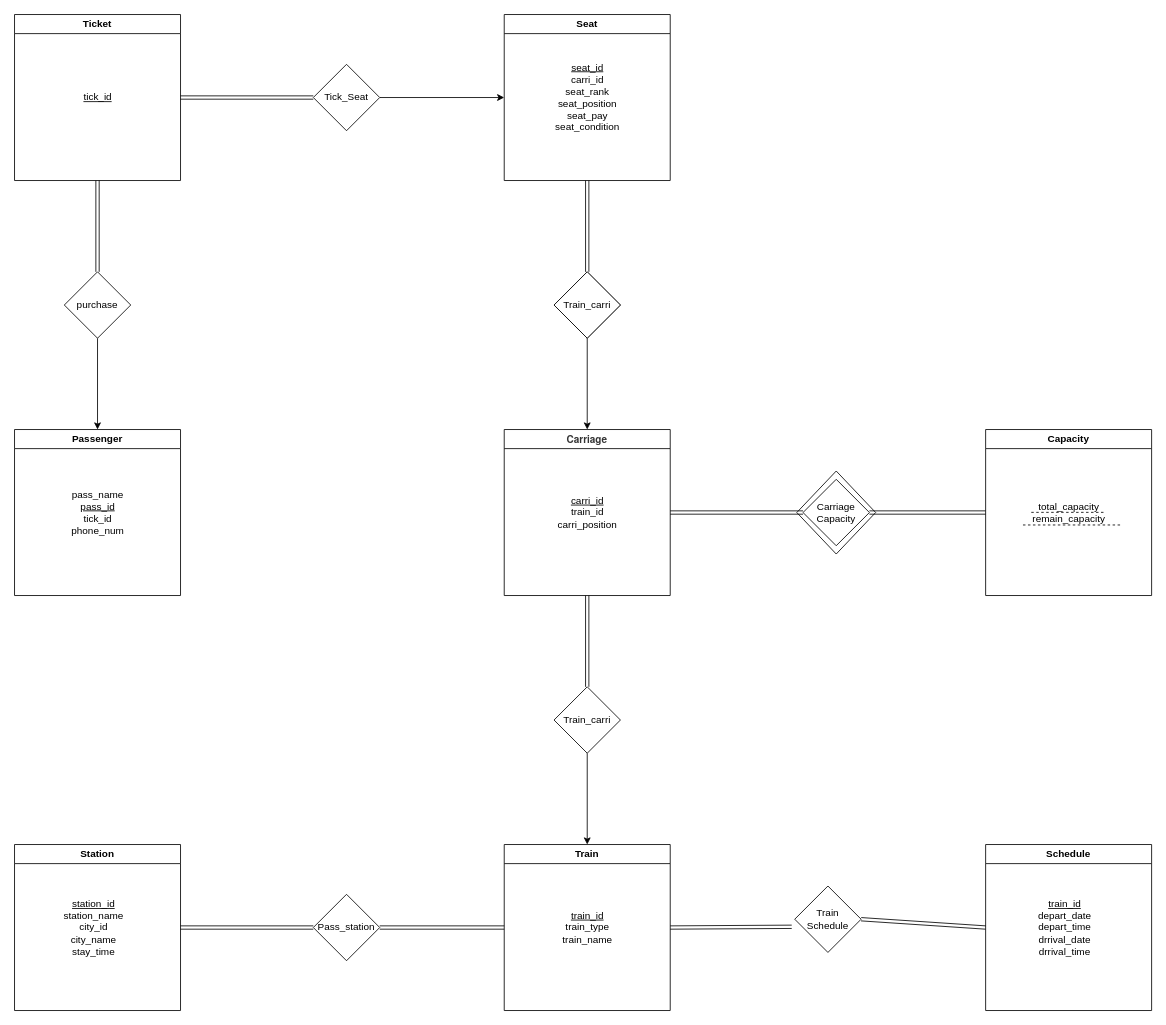
Before: Discuss_240410.drawio in RimLutienpeist/Draw_io_Repo, a draw.io diagram. Source tidied: cells renumbered, new cells numbered last; positions are measured from the earlier drawing's top-left corner, leaving out a move shared by most shapes. Both pictures are drawn from the tidied source at 83%, with x=0, y=0 at pixel (14, 14).
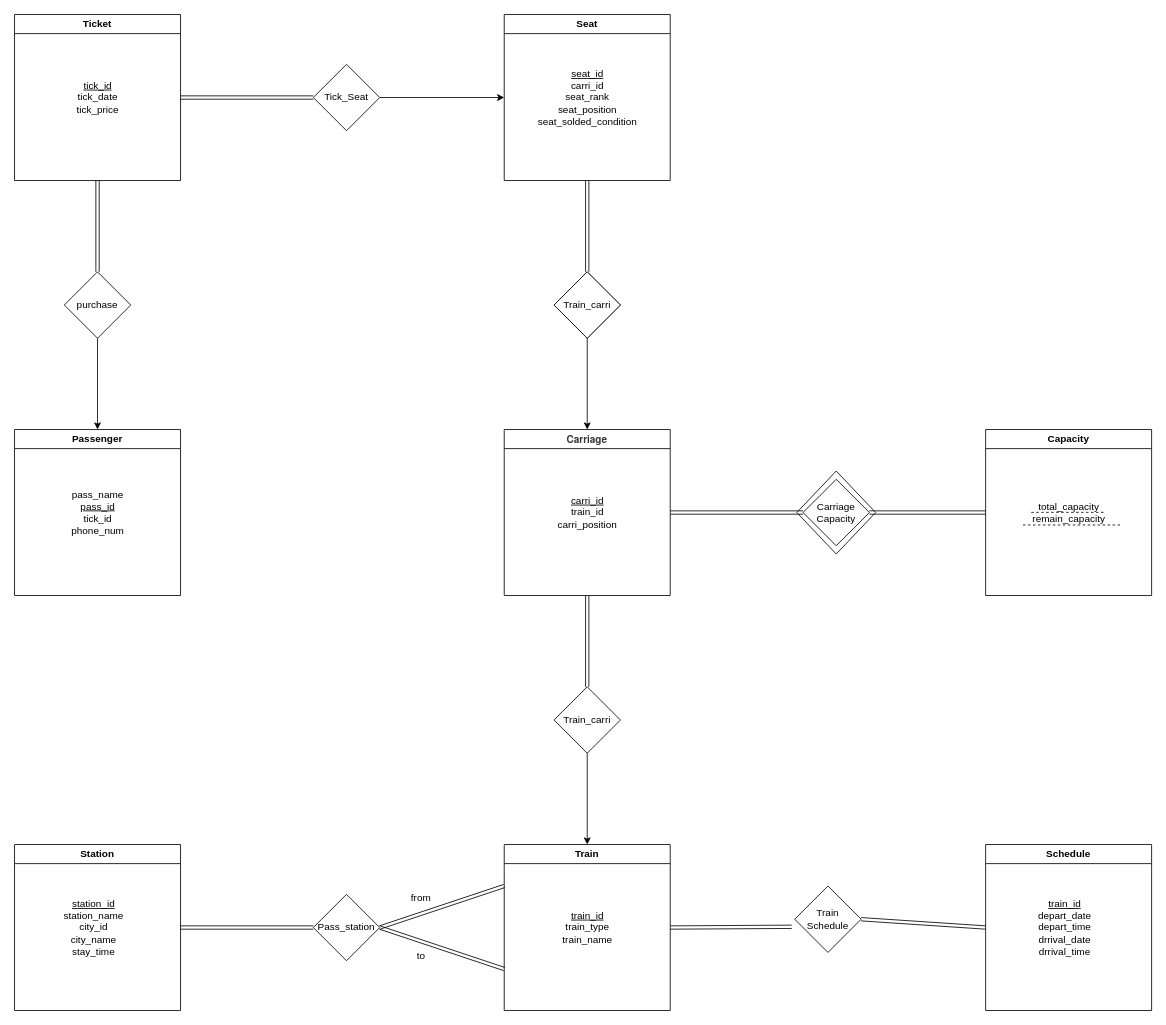
The same page after the edit.

The change refers to these unchanged cells:
```xml
<mxCell id="8" value="Ticket" style="swimlane;whiteSpace=wrap;html=1;startSize=23;" parent="1" vertex="1">
  <mxGeometry width="200" height="200" as="geometry" />
</mxCell>
<mxCell id="10" value="Seat" style="swimlane;whiteSpace=wrap;html=1;startSize=23;" parent="1" vertex="1">
  <mxGeometry x="590" width="200" height="200" as="geometry" />
</mxCell>
<mxCell id="12" value="Train" style="swimlane;whiteSpace=wrap;html=1;startSize=23;" parent="1" vertex="1">
  <mxGeometry x="590" y="1000" width="200" height="200" as="geometry" />
</mxCell>
<mxCell id="37" value="Pass_station" style="rhombus;whiteSpace=wrap;html=1;" parent="1" vertex="1">
  <mxGeometry x="360" y="1060" width="80" height="80" as="geometry" />
</mxCell>
```

Diff of the diagram source:
```diff
@@
-    <mxCell id="9" value="&lt;div&gt;&lt;u&gt;tick_id&lt;/u&gt;&lt;br&gt;&lt;/div&gt;" style="text;html=1;align=center;verticalAlign=middle;strokeColor=none;fillColor=none;" parent="8" vertex="1">
-      <mxGeometry x="70" y="85" width="60" height="30" as="geometry" />
+    <mxCell id="9" value="&lt;div&gt;&lt;u&gt;tick_id&lt;br&gt;&lt;/u&gt;tick_date&lt;br&gt;tick_price&lt;/div&gt;" style="text;html=1;align=center;verticalAlign=middle;strokeColor=none;fillColor=none;" parent="8" vertex="1">
+      <mxGeometry x="60" y="70" width="80" height="60" as="geometry" />
     </mxCell>
@@
-    <mxCell id="11" value="&lt;div&gt;&lt;u&gt;seat_id&lt;/u&gt;&lt;br&gt;carri_id&lt;br&gt;seat_rank&lt;br&gt;seat_position&lt;br&gt;seat_pay&lt;br&gt;seat_condition&lt;/div&gt;" style="text;html=1;align=center;verticalAlign=middle;strokeColor=none;fillColor=none;" parent="10" vertex="1">
-      <mxGeometry x="45" y="45" width="110" height="110" as="geometry" />
+    <mxCell id="11" value="&lt;div&gt;&lt;u&gt;seat_id&lt;/u&gt;&lt;br&gt;carri_id&lt;br&gt;seat_rank&lt;br&gt;seat_position&lt;br&gt;seat_solded_condition&lt;/div&gt;" style="text;html=1;align=center;verticalAlign=middle;strokeColor=none;fillColor=none;" parent="10" vertex="1">
+      <mxGeometry x="20" y="50" width="160" height="100" as="geometry" />
     </mxCell>
@@
-    <mxCell id="41" style="shape=link;html=1;rounded=0;entryX=0;entryY=0.5;entryDx=0;entryDy=0;exitX=1;exitY=0.5;exitDx=0;exitDy=0;" parent="1" edge="1" source="37" target="12">
+    <mxCell id="41" style="shape=link;html=1;rounded=0;entryX=0;entryY=0.25;entryDx=0;entryDy=0;exitX=1;exitY=0.5;exitDx=0;exitDy=0;" parent="1" edge="1" source="37" target="12">
       <mxGeometry relative="1" as="geometry" />
     </mxCell>
@@
+    <mxCell id="43" style="shape=link;html=1;rounded=0;entryX=0;entryY=0.75;entryDx=0;entryDy=0;exitX=1;exitY=0.5;exitDx=0;exitDy=0;" parent="1" edge="1" source="37" target="12">
+      <mxGeometry relative="1" as="geometry" />
+    </mxCell>
+    <mxCell id="44" value="from" style="text;html=1;align=center;verticalAlign=middle;whiteSpace=wrap;rounded=0;" parent="1" vertex="1">
+      <mxGeometry x="460" y="1050" width="60" height="30" as="geometry" />
+    </mxCell>
+    <mxCell id="45" value="to" style="text;html=1;align=center;verticalAlign=middle;whiteSpace=wrap;rounded=0;" parent="1" vertex="1">
+      <mxGeometry x="460" y="1120" width="60" height="30" as="geometry" />
+    </mxCell>
```
